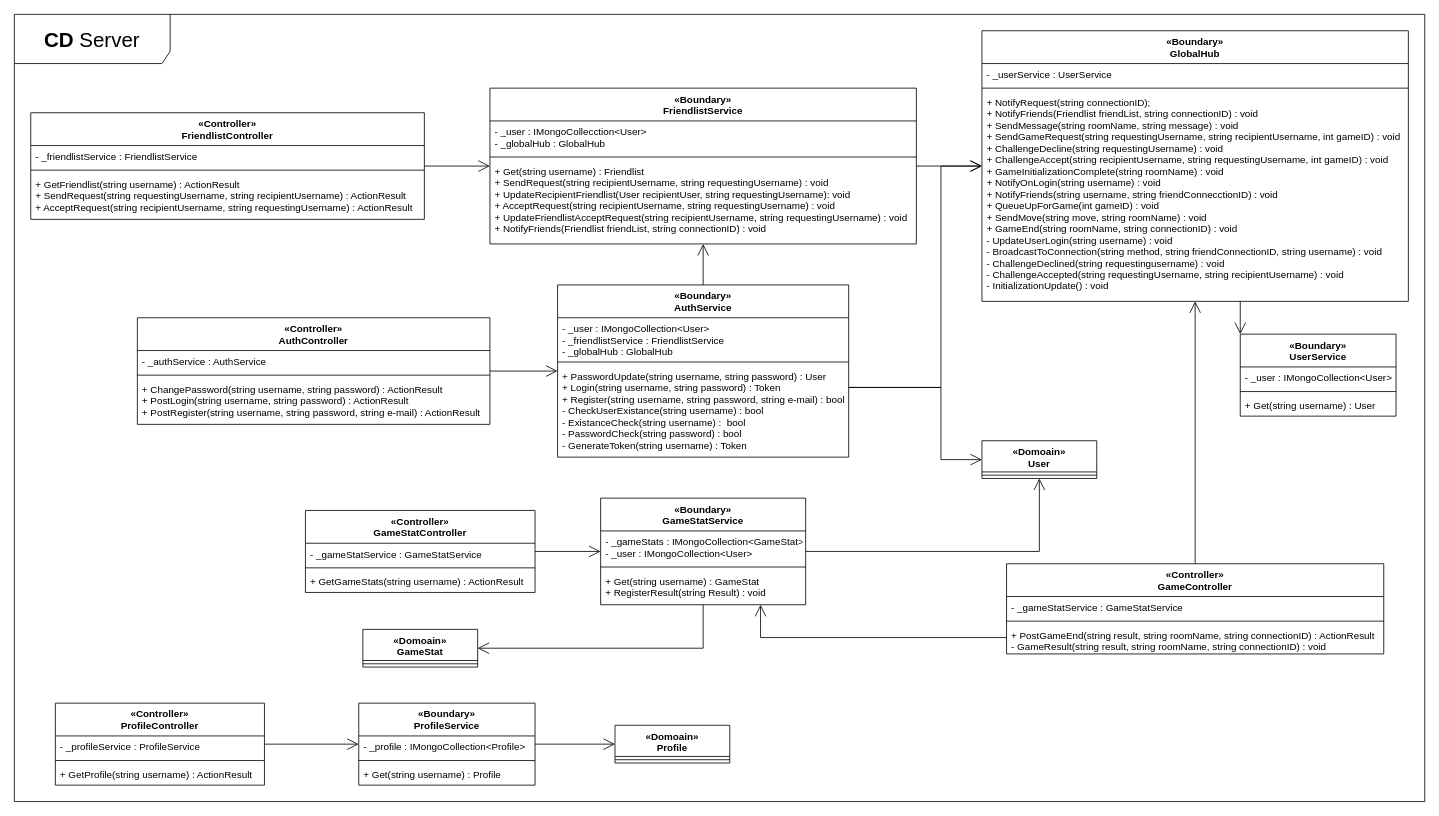
Before: diagrams/arkitektur/CD-Server-Total.drawio in Macradon/I7BAC-PlugNPlay, a draw.io diagram. Source tidied: cells renumbered, new cells numbered last; positions are measured from the earlier drawing's top-left corner, leaving out a move shared by most shapes. Both pictures are drawn from the tidied source at 82%, with x=0, y=0 at pixel (14, 14).
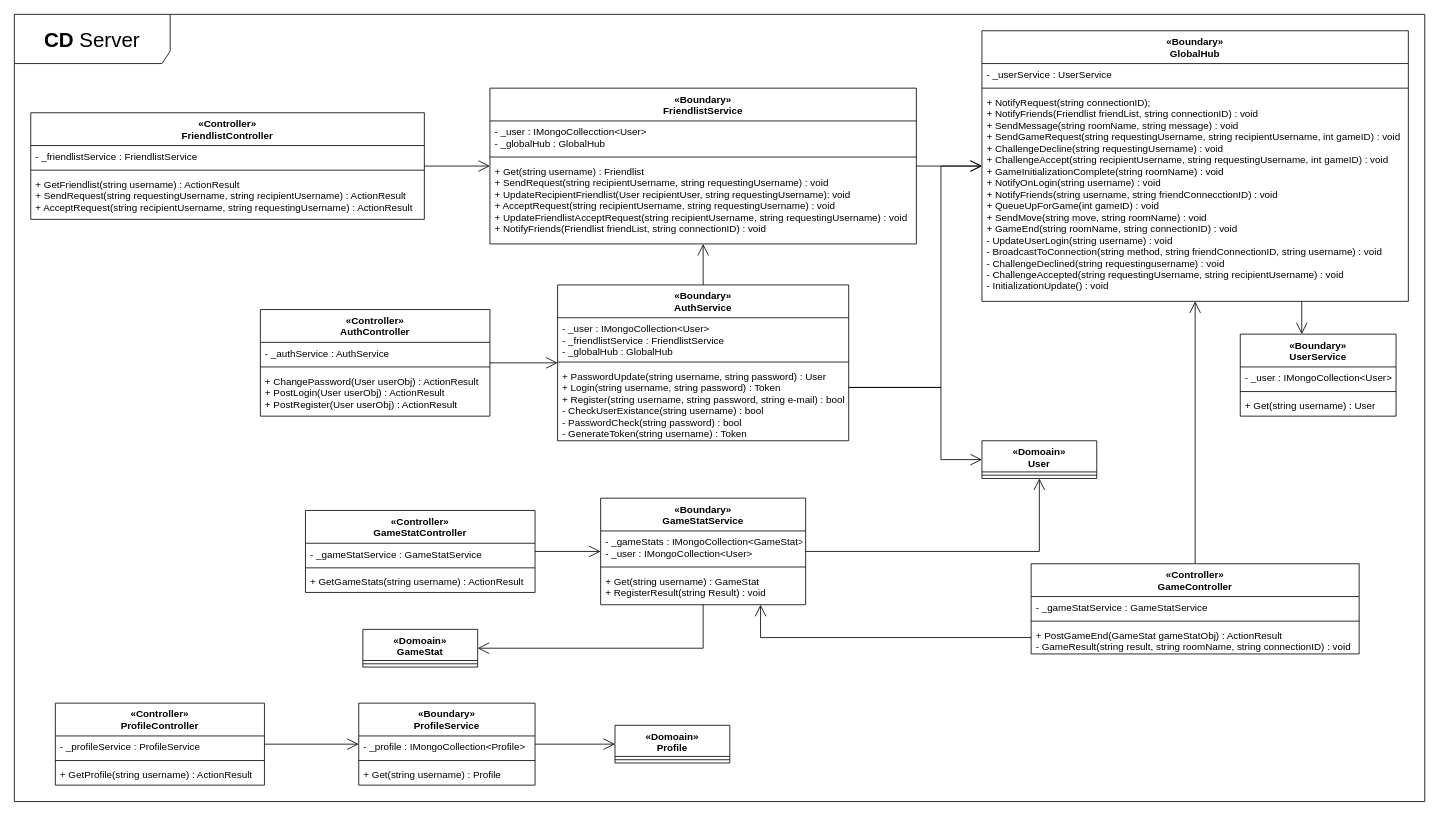
The same page after the edit.

Unchanged cells that the change refers to:
```xml
<mxCell id="43" value="«Boundary»&#10;GlobalHub" style="swimlane;fontStyle=1;align=center;verticalAlign=top;horizontal=1;startSize=40;" parent="1" vertex="1">
  <mxGeometry x="1180" y="20" width="520" height="330" as="geometry" />
</mxCell>
<mxCell id="47" value="«Boundary»&#10;UserService" style="swimlane;fontStyle=1;align=center;verticalAlign=top;horizontal=1;startSize=40;" parent="1" vertex="1">
  <mxGeometry x="1495" y="390" width="190" height="100" as="geometry" />
</mxCell>
```

What changed in the source:
```diff
@@
     <mxCell id="7" value="«Boundary»&#10;AuthService" style="swimlane;fontStyle=1;align=center;verticalAlign=top;horizontal=1;startSize=40;" parent="1" vertex="1">
-      <mxGeometry x="662.5" y="330" width="355" height="210" as="geometry" />
+      <mxGeometry x="662.5" y="330" width="355" height="190" as="geometry" />
     </mxCell>
@@
-    <mxCell id="10" value="+ PasswordUpdate(string username, string password) : User&#10;+ Login(string username, string password) : Token&#10;+ Register(string username, string password, string e-mail) : bool&#10;- CheckUserExistance(string username) : bool&#10;- ExistanceCheck(string username) :  bool&#10;- PasswordCheck(string password) : bool&#10;- GenerateToken(string username) : Token&#10;" style="text;strokeColor=none;fillColor=none;align=left;verticalAlign=top;spacingLeft=4;spacingRight=4;overflow=hidden;" parent="7" vertex="1">
-      <mxGeometry y="98" width="355" height="112" as="geometry" />
+    <mxCell id="10" value="+ PasswordUpdate(string username, string password) : User&#10;+ Login(string username, string password) : Token&#10;+ Register(string username, string password, string e-mail) : bool&#10;- CheckUserExistance(string username) : bool&#10;- PasswordCheck(string password) : bool&#10;- GenerateToken(string username) : Token&#10;" style="text;strokeColor=none;fillColor=none;align=left;verticalAlign=top;spacingLeft=4;spacingRight=4;overflow=hidden;" parent="7" vertex="1">
+      <mxGeometry y="98" width="355" height="92" as="geometry" />
     </mxCell>
@@
     <mxCell id="24" value="«Controller»&#10;AuthController" style="swimlane;fontStyle=1;align=center;verticalAlign=top;horizontal=1;startSize=40;" parent="1" vertex="1">
-      <mxGeometry x="150" y="370" width="430" height="130" as="geometry" />
+      <mxGeometry x="300" y="360" width="280" height="130" as="geometry" />
     </mxCell>
     <mxCell id="25" value="- _authService : AuthService" style="text;strokeColor=none;fillColor=none;align=left;verticalAlign=top;spacingLeft=4;spacingRight=4;overflow=hidden;" parent="24" vertex="1">
-      <mxGeometry y="40" width="430" height="26" as="geometry" />
+      <mxGeometry y="40" width="280" height="26" as="geometry" />
     </mxCell>
     <mxCell id="26" style="line;strokeWidth=1;fillColor=none;align=left;verticalAlign=middle;spacingTop=-1;spacingLeft=3;spacingRight=3;labelPosition=right;" parent="24" vertex="1">
-      <mxGeometry y="66" width="430" height="8" as="geometry" />
+      <mxGeometry y="66" width="280" height="8" as="geometry" />
     </mxCell>
-    <mxCell id="27" value="+ ChangePassword(string username, string password) : ActionResult&#10;+ PostLogin(string username, string password) : ActionResult&#10;+ PostRegister(string username, string password, string e-mail) : ActionResult" style="text;strokeColor=none;fillColor=none;align=left;verticalAlign=top;spacingLeft=4;spacingRight=4;overflow=hidden;" parent="24" vertex="1">
-      <mxGeometry y="74" width="430" height="56" as="geometry" />
+    <mxCell id="27" value="+ ChangePassword(User userObj) : ActionResult&#10;+ PostLogin(User userObj) : ActionResult&#10;+ PostRegister(User userObj) : ActionResult" style="text;strokeColor=none;fillColor=none;align=left;verticalAlign=top;spacingLeft=4;spacingRight=4;overflow=hidden;" parent="24" vertex="1">
+      <mxGeometry y="74" width="280" height="56" as="geometry" />
     </mxCell>
@@
     <mxCell id="42" style="edgeStyle=orthogonalEdgeStyle;rounded=0;jettySize=auto;html=1;endArrow=open;endFill=0;endSize=12;" parent="1" edge="1" source="43" target="47">
       <mxGeometry relative="1" as="geometry">
         <Array as="points">
-          <mxPoint x="1590" y="390" />
-          <mxPoint x="1590" y="390" />
+          <mxPoint x="1570" y="380" />
+          <mxPoint x="1570" y="380" />
         </Array>
       </mxGeometry>
     </mxCell>
@@
     <mxCell id="53" value="«Controller»&#10;GameController" style="swimlane;fontStyle=1;align=center;verticalAlign=top;horizontal=1;startSize=40;" parent="1" vertex="1">
-      <mxGeometry x="1210" y="670" width="460" height="110" as="geometry" />
+      <mxGeometry x="1240" y="670" width="400" height="110" as="geometry" />
     </mxCell>
     <mxCell id="54" value="- _gameStatService : GameStatService" style="text;strokeColor=none;fillColor=none;align=left;verticalAlign=top;spacingLeft=4;spacingRight=4;overflow=hidden;" parent="53" vertex="1">
-      <mxGeometry y="40" width="460" height="26" as="geometry" />
+      <mxGeometry y="40" width="400" height="26" as="geometry" />
     </mxCell>
     <mxCell id="55" style="line;strokeWidth=1;fillColor=none;align=left;verticalAlign=middle;spacingTop=-1;spacingLeft=3;spacingRight=3;labelPosition=right;" parent="53" vertex="1">
-      <mxGeometry y="66" width="460" height="8" as="geometry" />
+      <mxGeometry y="66" width="400" height="8" as="geometry" />
     </mxCell>
-    <mxCell id="56" value="+ PostGameEnd(string result, string roomName, string connectionID) : ActionResult&#10;- GameResult(string result, string roomName, string connectionID) : void" style="text;strokeColor=none;fillColor=none;align=left;verticalAlign=top;spacingLeft=4;spacingRight=4;overflow=hidden;" parent="53" vertex="1">
-      <mxGeometry y="74" width="460" height="36" as="geometry" />
+    <mxCell id="56" value="+ PostGameEnd(GameStat gameStatObj) : ActionResult&#10;- GameResult(string result, string roomName, string connectionID) : void" style="text;strokeColor=none;fillColor=none;align=left;verticalAlign=top;spacingLeft=4;spacingRight=4;overflow=hidden;" parent="53" vertex="1">
+      <mxGeometry y="74" width="400" height="36" as="geometry" />
     </mxCell>
```
